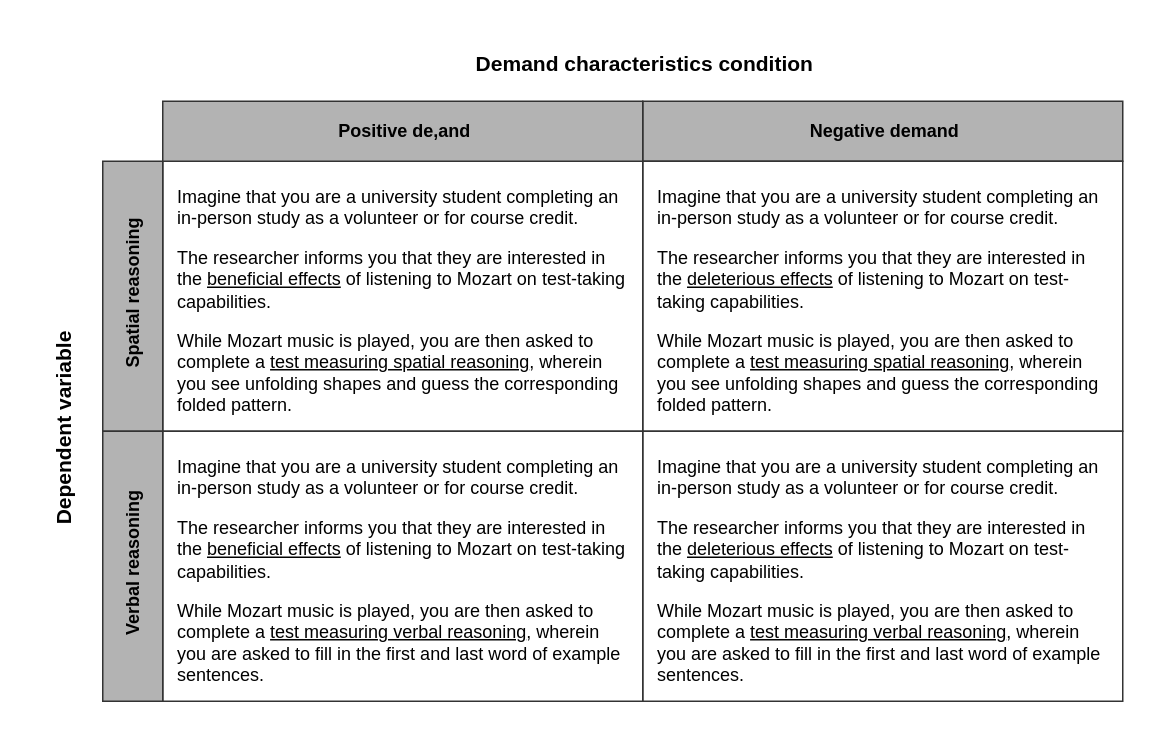
Above: page "VIGS" (2 of 14) of images/metaware_figures.drawio in ColesNicholas/metaware (draw.io), before the change. Source tidied: cells renumbered, new cells numbered last; positions are measured from the earlier drawing's top-left corner, leaving out a move shared by most shapes. Both pictures are drawn from the tidied source at 150%, with x=0, y=0 at pixel (-204, 26).
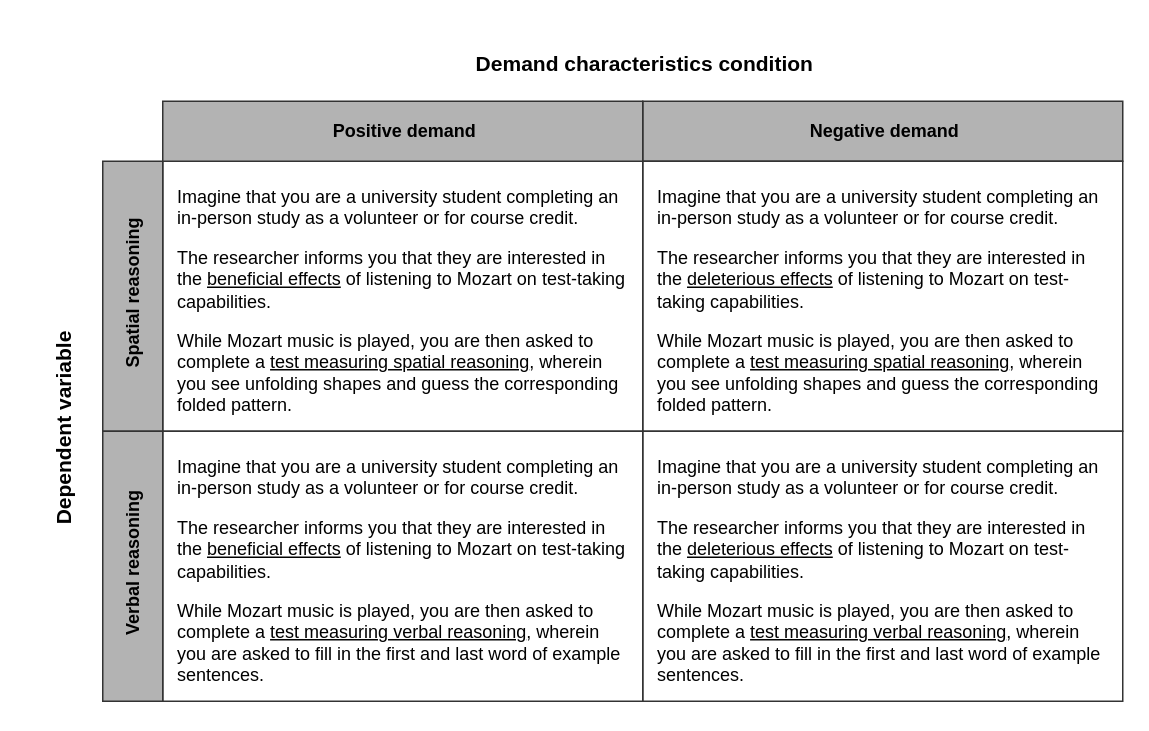
After the change.

Diff of the diagram source:
```diff
@@
 <mxGraphModel>
   <root>
     <mxCell id="0" />
     <mxCell id="1" parent="0" />
     <mxCell id="2" value="&lt;p class=&quot;MsoNormal&quot;&gt;Imagine that you are a university student completing an in-person study as a volunteer or for course credit.&lt;/p&gt;&lt;p class=&quot;MsoNormal&quot;&gt;The researcher informs you that they are interested in the &lt;u&gt;beneficial effects&lt;/u&gt; of listening to Mozart on test-taking capabilities.&lt;/p&gt;&lt;p class=&quot;MsoNormal&quot;&gt;While Mozart music is played, you are then asked to complete a &lt;u&gt;test measuring spatial reasoning&lt;/u&gt;, wherein you see unfolding shapes and guess the corresponding folded pattern.&lt;/p&gt;" style="text;whiteSpace=wrap;html=1;spacingLeft=10;spacingRight=10;spacing=0;strokeColor=#333333;verticalAlign=top;horizontal=1;spacingTop=0;" parent="1" vertex="1">
       <mxGeometry x="244" y="90" width="320" height="180" as="geometry" />
     </mxCell>
     <mxCell id="3" value="Spatial reasoning" style="text;whiteSpace=wrap;html=1;fillColor=#B3B3B3;fontColor=#000000;strokeColor=#333333;spacingLeft=5;spacingRight=2;spacing=5;align=center;rotation=-90;fontStyle=1;verticalAlign=middle;" parent="1" vertex="1">
       <mxGeometry x="134" y="160" width="180" height="40" as="geometry" />
     </mxCell>
     <mxCell id="4" value="Negative demand" style="text;whiteSpace=wrap;html=1;fillColor=#B3B3B3;fontColor=#000000;strokeColor=#333333;spacingLeft=5;spacingRight=2;spacing=5;align=center;fontStyle=1;verticalAlign=middle;" parent="1" vertex="1">
       <mxGeometry x="564" y="50" width="320" height="40" as="geometry" />
     </mxCell>
     <mxCell id="5" value="Verbal reasoning" style="text;whiteSpace=wrap;html=1;fillColor=#B3B3B3;fontColor=#000000;strokeColor=#333333;spacingLeft=5;spacingRight=2;spacing=5;align=center;rotation=-90;fontStyle=1;verticalAlign=middle;" parent="1" vertex="1">
       <mxGeometry x="134" y="340" width="180" height="40" as="geometry" />
     </mxCell>
-    <mxCell id="6" value="Positive de,and" style="text;whiteSpace=wrap;html=1;fillColor=#B3B3B3;strokeColor=#333333;spacingLeft=5;spacingRight=2;spacing=5;align=center;fontColor=#000000;fontStyle=1;verticalAlign=middle;" parent="1" vertex="1">
+    <mxCell id="6" value="Positive demand" style="text;whiteSpace=wrap;html=1;fillColor=#B3B3B3;strokeColor=#333333;spacingLeft=5;spacingRight=2;spacing=5;align=center;fontColor=#000000;fontStyle=1;verticalAlign=middle;" parent="1" vertex="1">
       <mxGeometry x="244" y="50" width="320" height="40" as="geometry" />
     </mxCell>
     <mxCell id="7" value="Demand characteristics condition" style="text;whiteSpace=wrap;html=1;fillColor=none;strokeColor=none;spacingLeft=5;spacingRight=2;spacing=5;align=center;fontColor=#000000;fontStyle=1;verticalAlign=middle;fontSize=14;" parent="1" vertex="1">
       <mxGeometry x="244" width="640" height="50" as="geometry" />
     </mxCell>
     <mxCell id="8" value="Dependent variable" style="text;whiteSpace=wrap;html=1;fillColor=none;strokeColor=none;spacingLeft=5;spacingRight=2;spacing=5;align=center;fontColor=#000000;fontStyle=1;verticalAlign=middle;fontSize=14;rotation=-90;" parent="1" vertex="1">
       <mxGeometry y="245" width="356" height="50" as="geometry" />
     </mxCell>
     <mxCell id="9" value="&lt;p class=&quot;MsoNormal&quot;&gt;Imagine that you are a university student completing an in-person study as a volunteer or for course credit.&lt;/p&gt;&lt;p class=&quot;MsoNormal&quot;&gt;The researcher informs you that they are interested in the &lt;u&gt;deleterious effects&lt;/u&gt; of listening to Mozart on test-taking capabilities.&lt;/p&gt;&lt;p class=&quot;MsoNormal&quot;&gt;While Mozart music is played, you are then asked to complete a &lt;u&gt;test measuring spatial reasoning&lt;/u&gt;, wherein you see unfolding shapes and guess the corresponding folded pattern.&lt;/p&gt;" style="text;whiteSpace=wrap;html=1;spacingLeft=10;spacingRight=10;spacing=0;strokeColor=#333333;verticalAlign=top;horizontal=1;spacingTop=0;" parent="1" vertex="1">
       <mxGeometry x="564" y="90" width="320" height="180" as="geometry" />
     </mxCell>
     <mxCell id="10" value="&lt;p class=&quot;MsoNormal&quot;&gt;Imagine that you are a university student completing an in-person study as a volunteer or for course credit.&lt;/p&gt;&lt;p class=&quot;MsoNormal&quot;&gt;The researcher informs you that they are interested in the &lt;u&gt;beneficial effects&lt;/u&gt; of listening to Mozart on test-taking capabilities.&lt;/p&gt;&lt;p class=&quot;MsoNormal&quot;&gt;While Mozart music is played, you are then asked to complete a &lt;u&gt;test measuring verbal reasoning&lt;/u&gt;, wherein you are asked to fill in the first and last word of example sentences.&lt;/p&gt;" style="text;whiteSpace=wrap;html=1;spacingLeft=10;spacingRight=10;spacing=0;strokeColor=#333333;verticalAlign=top;horizontal=1;spacingTop=0;" parent="1" vertex="1">
       <mxGeometry x="244" y="270" width="320" height="180" as="geometry" />
     </mxCell>
     <mxCell id="11" value="&lt;p class=&quot;MsoNormal&quot;&gt;Imagine that you are a university student completing an in-person study as a volunteer or for course credit.&lt;/p&gt;&lt;p class=&quot;MsoNormal&quot;&gt;The researcher informs you that they are interested in the &lt;u&gt;deleterious effects&lt;/u&gt; of listening to Mozart on test-taking capabilities.&lt;/p&gt;&lt;p class=&quot;MsoNormal&quot;&gt;While Mozart music is played, you are then asked to complete a &lt;u&gt;test measuring verbal reasoning&lt;/u&gt;, wherein you are asked to fill in the first and last word of example sentences.&lt;/p&gt;" style="text;whiteSpace=wrap;html=1;spacingLeft=10;spacingRight=10;spacing=0;strokeColor=#333333;verticalAlign=top;horizontal=1;spacingTop=0;" parent="1" vertex="1">
       <mxGeometry x="564" y="270" width="320" height="180" as="geometry" />
     </mxCell>
   </root>
 </mxGraphModel>
```
